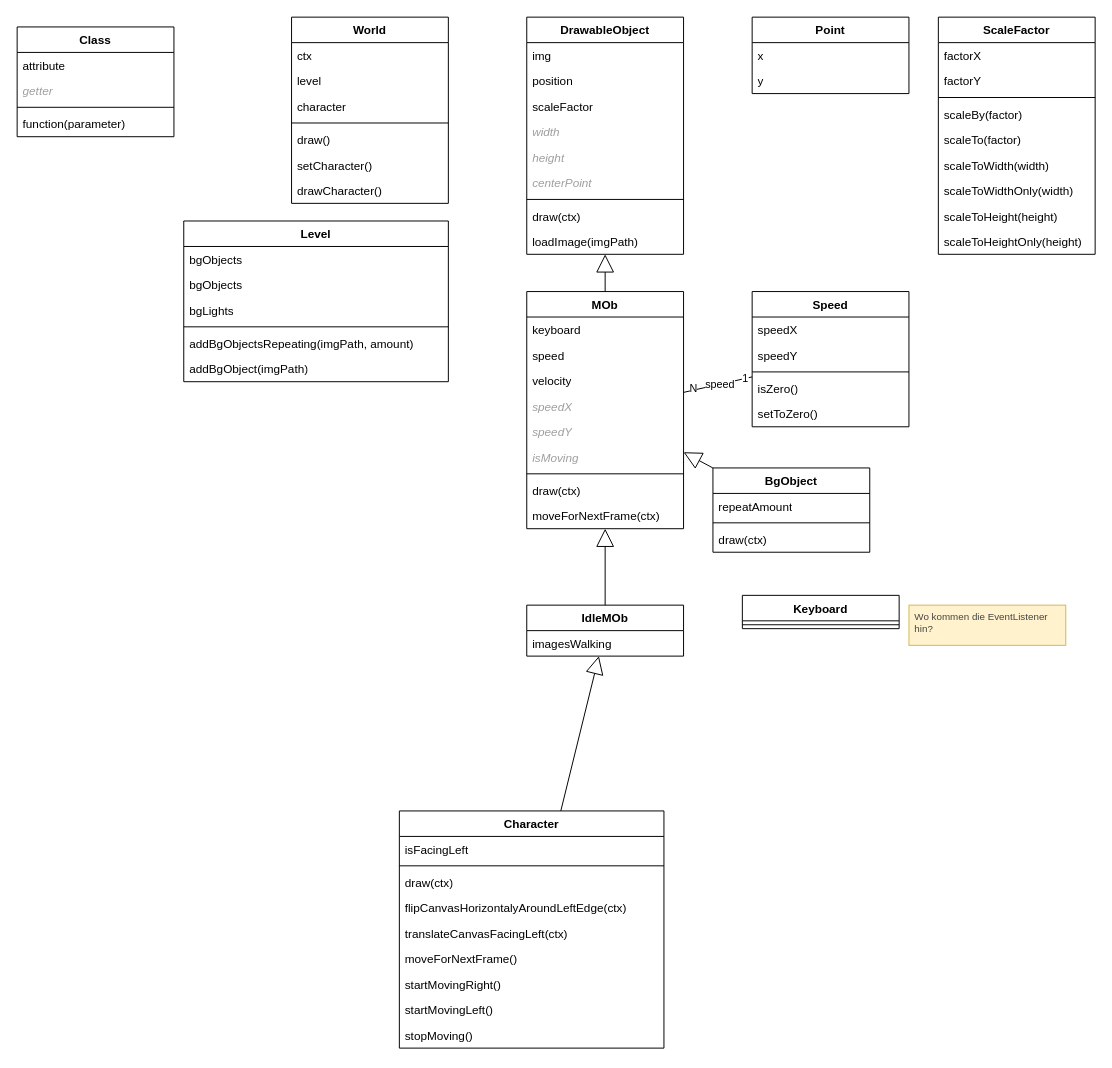
Before: uml/Sharky-ClassDiagram.drawio in ReinhardWansch/Sharky-DeveloperAkademie, a draw.io diagram. Source tidied: cells renumbered, new cells numbered last; positions are measured from the earlier drawing's top-left corner, leaving out a move shared by most shapes. Both pictures are drawn from the tidied source at 98%, with x=0, y=0 at pixel (17, 17).
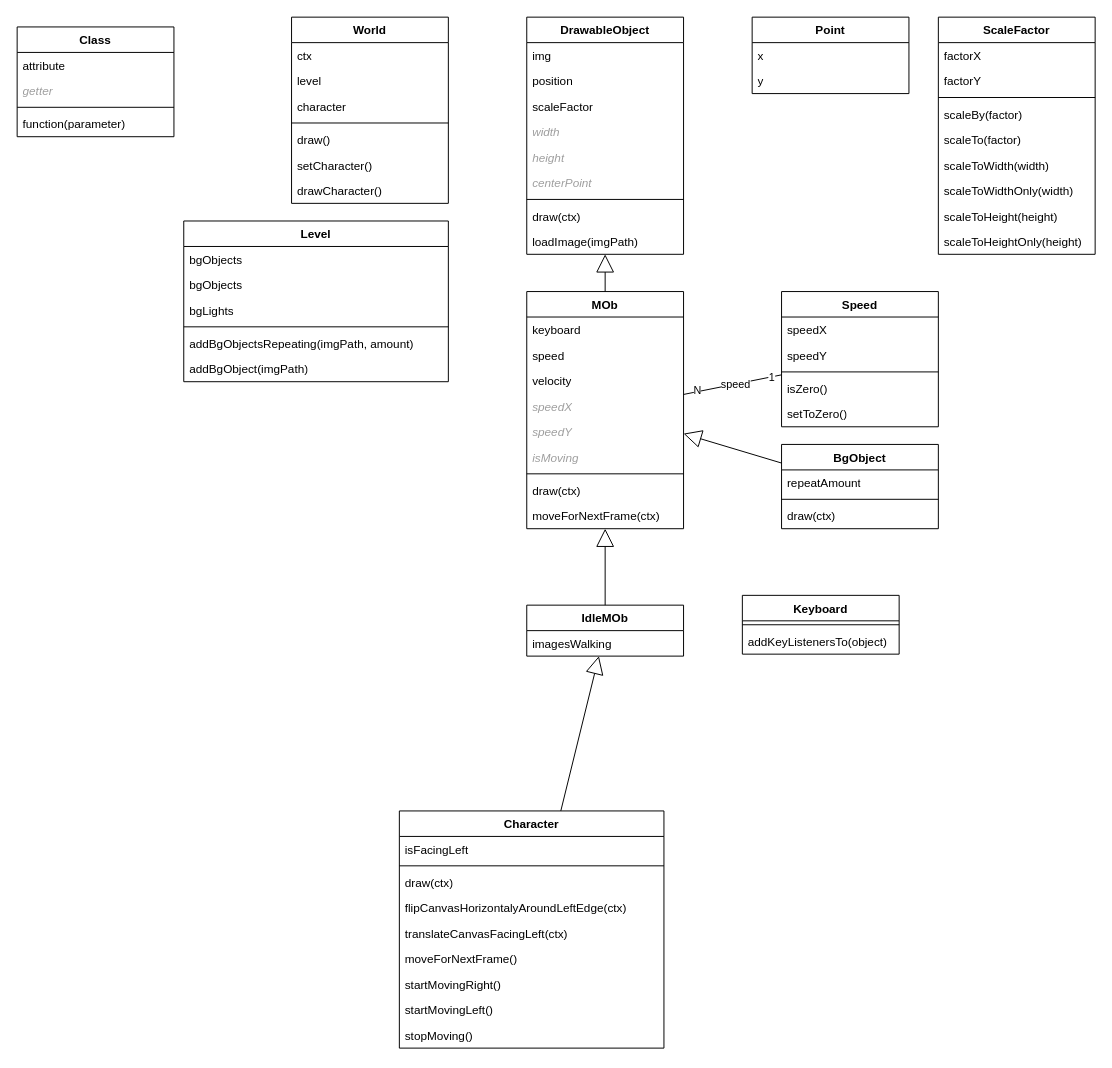
Above is the later version.

Commit message (it also covers changes not shown here):
update class diagram

Change to the diagram source:
```diff
@@
     <mxCell id="69" value="Speed" style="swimlane;fontStyle=1;align=center;verticalAlign=top;horizontal=1;startSize=26;whiteSpace=wrap;html=1;" parent="1" vertex="1">
-      <mxGeometry x="750" y="280" width="160" height="138" as="geometry" />
+      <mxGeometry x="780" y="280" width="160" height="138" as="geometry" />
     </mxCell>
@@
     <mxCell id="75" value="BgObject" style="swimlane;fontStyle=1;align=center;verticalAlign=top;horizontal=1;startSize=26;whiteSpace=wrap;html=1;fontFamily=Helvetica;fontSize=12;" parent="1" vertex="1">
-      <mxGeometry x="710" y="460" width="160" height="86" as="geometry" />
+      <mxGeometry x="780" y="436" width="160" height="86" as="geometry" />
     </mxCell>
@@
     <mxCell id="80" value="Keyboard" style="swimlane;fontStyle=1;align=center;verticalAlign=top;horizontal=1;startSize=26;whiteSpace=wrap;html=1;" parent="1" vertex="1">
-      <mxGeometry x="740" y="590" width="160" height="34" as="geometry" />
+      <mxGeometry x="740" y="590" width="160" height="60" as="geometry" />
     </mxCell>
@@
-    <mxCell id="82" value="Wo kommen die EventListener hin?" style="rounded=0;whiteSpace=wrap;html=1;verticalAlign=top;align=left;fillColor=#fff2cc;strokeColor=#d6b656;spacingLeft=4;spacing=2;spacingRight=4;fontSize=10;fontColor=#454545;" parent="1" vertex="1">
-      <mxGeometry x="910" y="600" width="160" height="41" as="geometry" />
-    </mxCell>
+    <mxCell id="88" value="addKeyListenersTo(object)" style="text;strokeColor=none;fillColor=none;align=left;verticalAlign=top;spacingLeft=4;spacingRight=4;overflow=hidden;whiteSpace=wrap;html=1;" parent="80" vertex="1">
+      <mxGeometry y="34" width="160" height="26" as="geometry" />
+    </mxCell>
```
